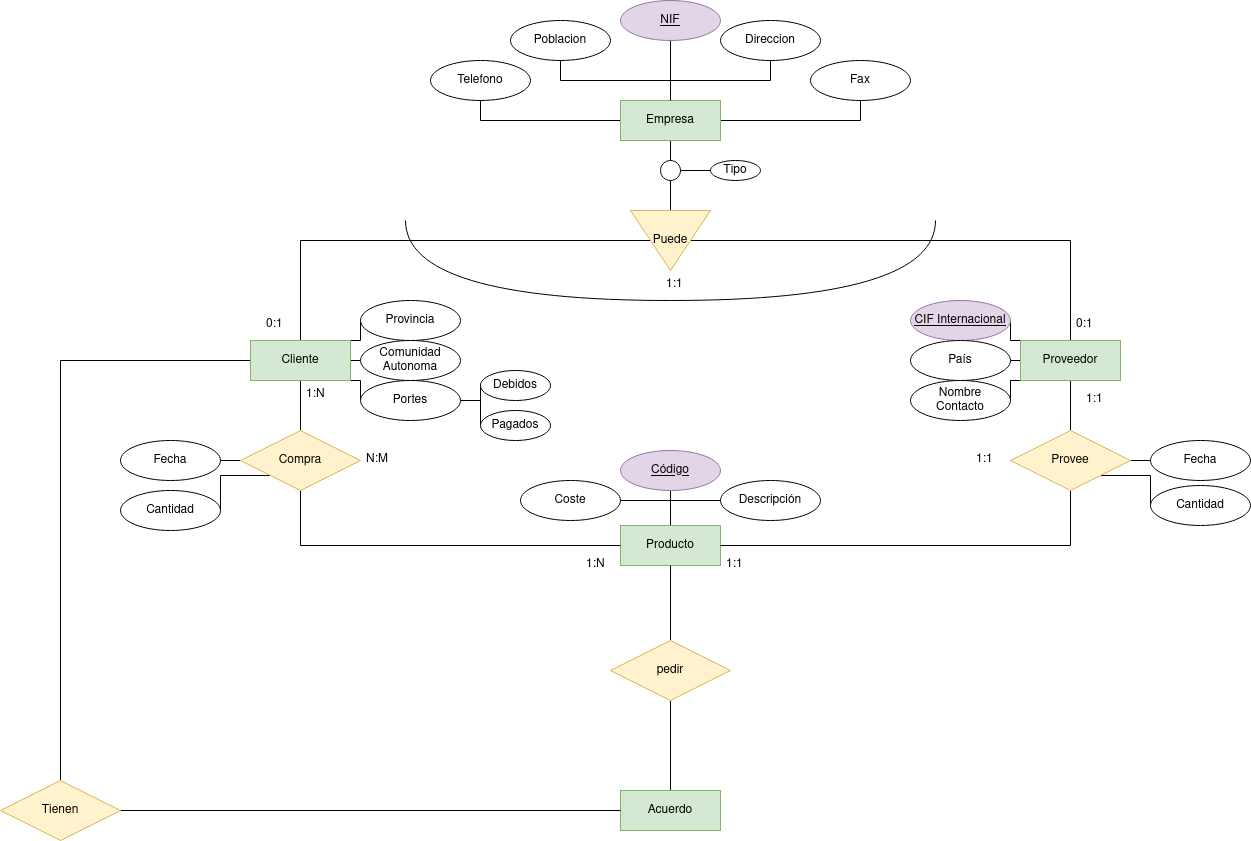
This is Unidad-1/Tareas/Tarea-evaluable4/tarea4.drawio.png from jdrguez/2-Daw, a draw.io export, as it was before one commit. Source tidied: cells renumbered, new cells last; positions are measured from the earlier drawing's top-left corner, leaving out a move shared by most shapes.
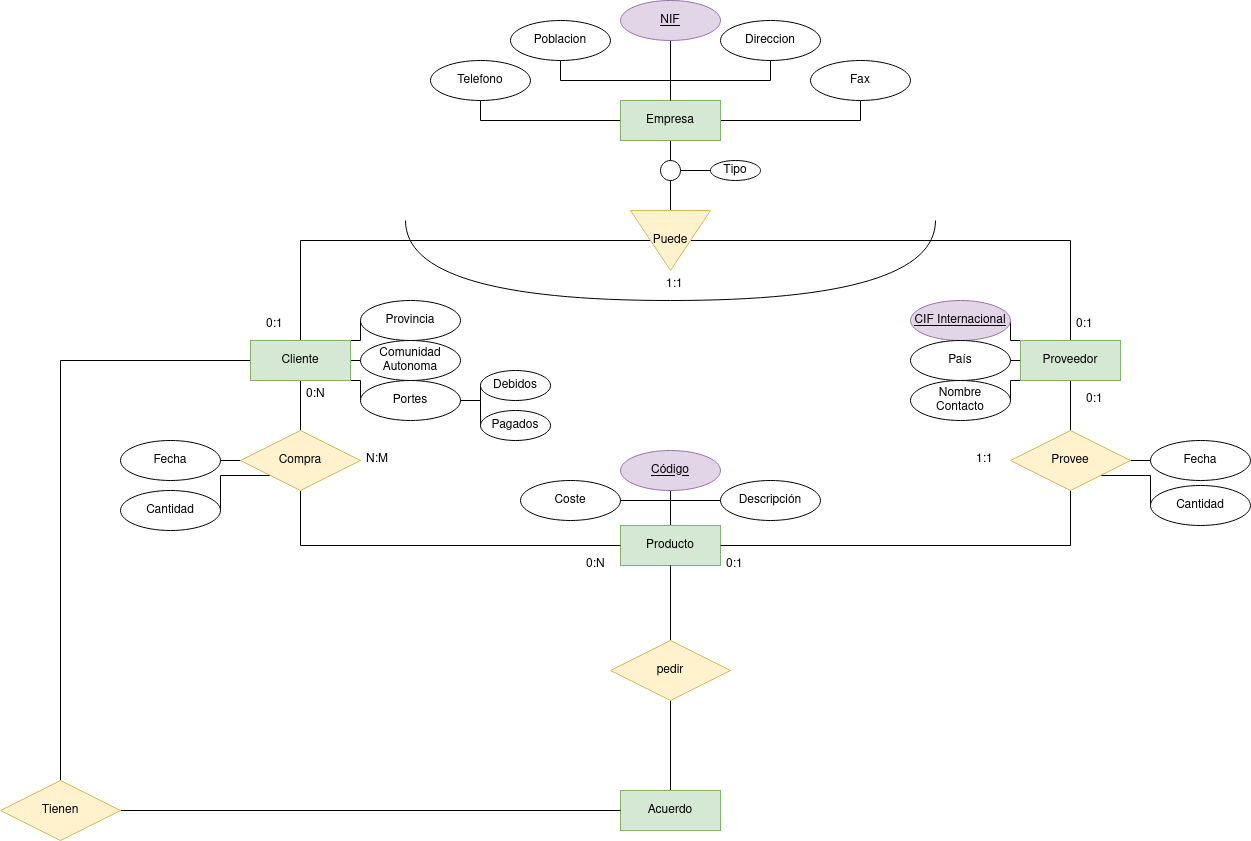
Above is the later version.

What changed in the source:
```diff
@@ -200,19 +200,19 @@
     <mxCell id="67" value="Cantidad" style="ellipse;whiteSpace=wrap;html=1;align=center;" parent="1" vertex="1">
       <mxGeometry x="1150" y="485" width="100" height="40" as="geometry" />
     </mxCell>
-    <mxCell id="68" value="1:1" style="text;strokeColor=none;fillColor=none;spacingLeft=4;spacingRight=4;overflow=hidden;fontSize=12;whiteSpace=wrap;html=1;" parent="1" vertex="1">
+    <mxCell id="68" value="0:1" style="text;strokeColor=none;fillColor=none;spacingLeft=4;spacingRight=4;overflow=hidden;fontSize=12;whiteSpace=wrap;html=1;" parent="1" vertex="1">
       <mxGeometry x="1080" y="385" width="40" height="30" as="geometry" />
     </mxCell>
-    <mxCell id="69" value="1:1" style="text;strokeColor=none;fillColor=none;spacingLeft=4;spacingRight=4;overflow=hidden;fontSize=12;whiteSpace=wrap;html=1;" parent="1" vertex="1">
+    <mxCell id="69" value="0:1" style="text;strokeColor=none;fillColor=none;spacingLeft=4;spacingRight=4;overflow=hidden;fontSize=12;whiteSpace=wrap;html=1;" parent="1" vertex="1">
       <mxGeometry x="720" y="550" width="40" height="30" as="geometry" />
     </mxCell>
     <mxCell id="70" value="1:1" style="text;strokeColor=none;fillColor=none;spacingLeft=4;spacingRight=4;overflow=hidden;fontSize=12;whiteSpace=wrap;html=1;" parent="1" vertex="1">
       <mxGeometry x="970" y="445" width="40" height="30" as="geometry" />
     </mxCell>
-    <mxCell id="71" value="1:N" style="text;strokeColor=none;fillColor=none;spacingLeft=4;spacingRight=4;overflow=hidden;fontSize=12;whiteSpace=wrap;html=1;" parent="1" vertex="1">
+    <mxCell id="71" value="0:N" style="text;strokeColor=none;fillColor=none;spacingLeft=4;spacingRight=4;overflow=hidden;fontSize=12;whiteSpace=wrap;html=1;" parent="1" vertex="1">
       <mxGeometry x="580" y="550" width="40" height="30" as="geometry" />
     </mxCell>
-    <mxCell id="72" value="1:N" style="text;strokeColor=none;fillColor=none;spacingLeft=4;spacingRight=4;overflow=hidden;fontSize=12;whiteSpace=wrap;html=1;" parent="1" vertex="1">
+    <mxCell id="72" value="0:N" style="text;strokeColor=none;fillColor=none;spacingLeft=4;spacingRight=4;overflow=hidden;fontSize=12;whiteSpace=wrap;html=1;" parent="1" vertex="1">
       <mxGeometry x="300" y="380" width="40" height="30" as="geometry" />
     </mxCell>
     <mxCell id="73" value="N:M" style="text;strokeColor=none;fillColor=none;spacingLeft=4;spacingRight=4;overflow=hidden;fontSize=12;whiteSpace=wrap;html=1;" parent="1" vertex="1">
```
